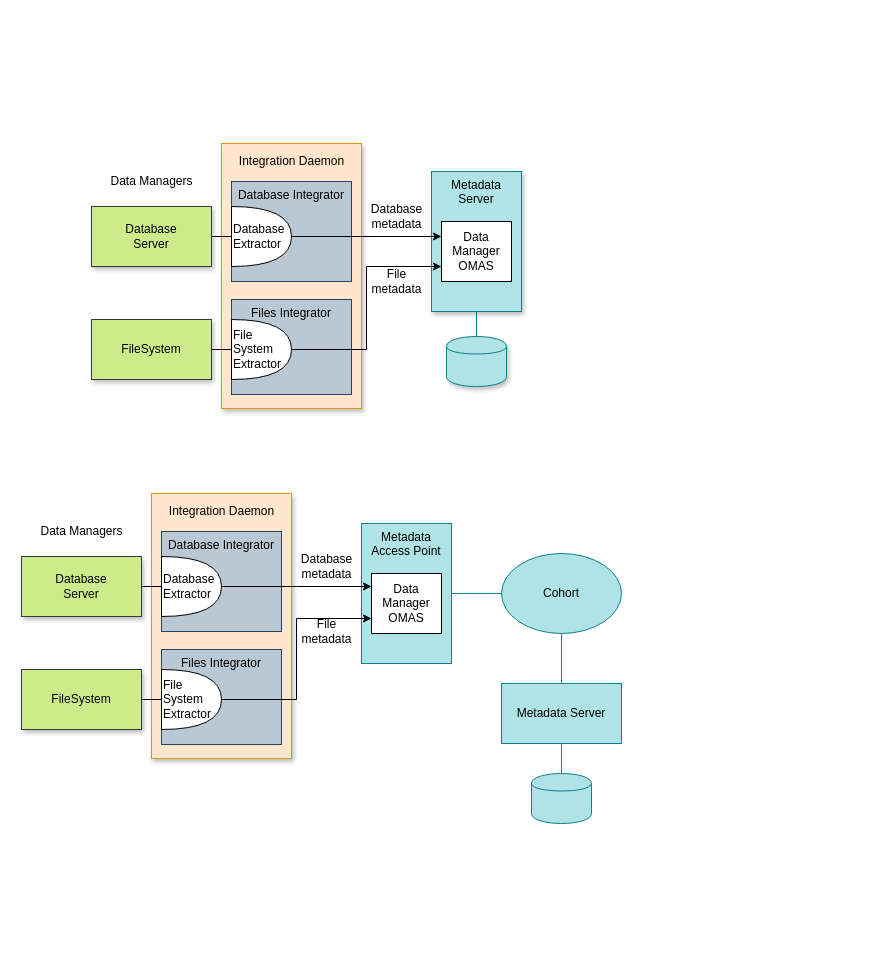
Earlier version of the draw.io diagram page "metadata-extraction" (1 of 3) of open-metadata-publication/website/solutions/data-manager-integration/data-manager-integration.drawio (odpi/egeria). Source tidied: cells renumbered, new cells numbered last; positions are measured from the earlier drawing's top-left corner, leaving out a move shared by most shapes. Both pictures are drawn from the tidied source at 100%, with x=0, y=0 at pixel (21, 143).
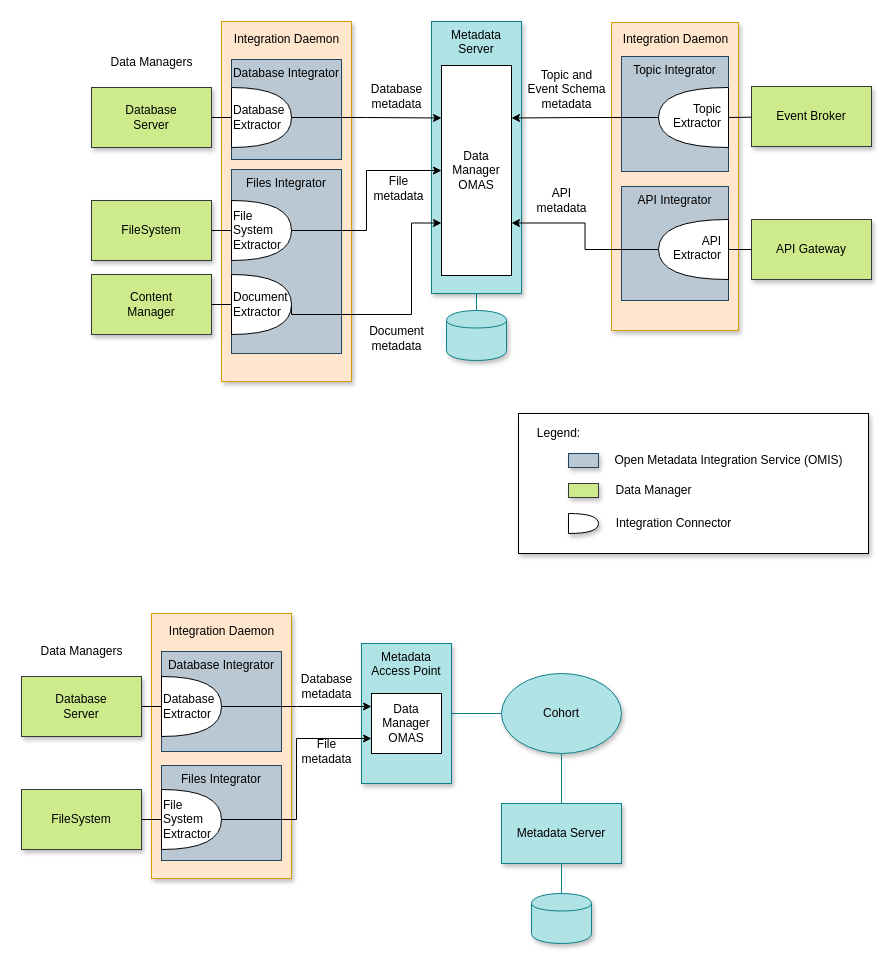
The same diagram, later.

What changed in the source:
```diff
@@
+    <mxCell id="44" style="rounded=0;whiteSpace=wrap;html=1;align=right;shadow=1;" parent="1" vertex="1">
+      <mxGeometry x="497" y="270" width="350" height="140" as="geometry" />
+    </mxCell>
-    <mxCell id="2" value="Cohort" style="ellipse;whiteSpace=wrap;html=1;fillColor=#b0e3e6;strokeColor=#0e8088;" parent="1" vertex="1">
-      <mxGeometry x="480" y="410" width="120" height="80" as="geometry" />
+    <mxCell id="2" value="Cohort" style="ellipse;whiteSpace=wrap;html=1;fillColor=#b0e3e6;strokeColor=#0e8088;shadow=1;" parent="1" vertex="1">
+      <mxGeometry x="480" y="530" width="120" height="80" as="geometry" />
     </mxCell>
@@
-    <mxCell id="4" value="Metadata Server" style="rounded=0;whiteSpace=wrap;html=1;fillColor=#b0e3e6;strokeColor=#0e8088;" parent="1" vertex="1">
-      <mxGeometry x="480" y="540" width="120" height="60" as="geometry" />
+    <mxCell id="4" value="Metadata Server" style="rounded=0;whiteSpace=wrap;html=1;fillColor=#b0e3e6;strokeColor=#0e8088;shadow=1;" parent="1" vertex="1">
+      <mxGeometry x="480" y="660" width="120" height="60" as="geometry" />
     </mxCell>
@@
-    <mxCell id="6" style="shape=cylinder;whiteSpace=wrap;html=1;boundedLbl=1;backgroundOutline=1;fillColor=#b0e3e6;strokeColor=#0e8088;" parent="1" vertex="1">
-      <mxGeometry x="510" y="630" width="60" height="50" as="geometry" />
+    <mxCell id="6" style="shape=cylinder;whiteSpace=wrap;html=1;boundedLbl=1;backgroundOutline=1;fillColor=#b0e3e6;strokeColor=#0e8088;shadow=1;" parent="1" vertex="1">
+      <mxGeometry x="510" y="750" width="60" height="50" as="geometry" />
     </mxCell>
@@
-    <mxCell id="8" value="Metadata Access Point" style="rounded=0;whiteSpace=wrap;html=1;verticalAlign=top;fillColor=#b0e3e6;strokeColor=#0e8088;" parent="1" vertex="1">
-      <mxGeometry x="340" y="380" width="90" height="140" as="geometry" />
+    <mxCell id="8" value="Metadata Access Point" style="rounded=0;whiteSpace=wrap;html=1;verticalAlign=top;fillColor=#b0e3e6;strokeColor=#0e8088;shadow=1;" parent="1" vertex="1">
+      <mxGeometry x="340" y="500" width="90" height="140" as="geometry" />
     </mxCell>
     <mxCell id="9" value="Data&lt;br&gt;Manager&lt;br&gt;OMAS" style="rounded=0;whiteSpace=wrap;html=1;" parent="1" vertex="1">
-      <mxGeometry x="350" y="430" width="70" height="60" as="geometry" />
+      <mxGeometry x="350" y="550" width="70" height="60" as="geometry" />
     </mxCell>
     <mxCell id="10" style="rounded=0;whiteSpace=wrap;html=1;fillColor=#ffe6cc;strokeColor=#d79b00;shadow=1;" parent="1" vertex="1">
-      <mxGeometry x="200" width="140" height="265" as="geometry" />
+      <mxGeometry x="200" y="-122" width="130" height="360" as="geometry" />
     </mxCell>
@@
     <mxCell id="12" value="Database&lt;br&gt;Server" style="rounded=0;whiteSpace=wrap;html=1;fillColor=#cdeb8b;strokeColor=#36393d;shadow=1;" parent="1" vertex="1">
-      <mxGeometry x="70" y="63" width="120" height="60" as="geometry" />
+      <mxGeometry x="70" y="-56" width="120" height="60" as="geometry" />
     </mxCell>
     <mxCell id="13" value="Database Integrator" style="rounded=0;whiteSpace=wrap;html=1;verticalAlign=top;fillColor=#bac8d3;strokeColor=#23445d;" parent="1" vertex="1">
-      <mxGeometry x="210" y="38" width="120" height="100" as="geometry" />
+      <mxGeometry x="210" y="-84" width="110" height="100" as="geometry" />
     </mxCell>
@@
     <mxCell id="15" style="shape=cylinder;whiteSpace=wrap;html=1;boundedLbl=1;backgroundOutline=1;fillColor=#b0e3e6;strokeColor=#0e8088;shadow=1;" parent="1" vertex="1">
-      <mxGeometry x="425" y="193" width="60" height="50" as="geometry" />
+      <mxGeometry x="425" y="167" width="60" height="50" as="geometry" />
     </mxCell>
     <mxCell id="16" value="Metadata Server" style="rounded=0;whiteSpace=wrap;html=1;verticalAlign=top;fillColor=#b0e3e6;strokeColor=#0e8088;shadow=1;" parent="1" vertex="1">
-      <mxGeometry x="410" y="28" width="90" height="140" as="geometry" />
+      <mxGeometry x="410" y="-122" width="90" height="272" as="geometry" />
     </mxCell>
     <mxCell id="17" value="Data&lt;br&gt;Manager&lt;br&gt;OMAS" style="rounded=0;whiteSpace=wrap;html=1;" parent="1" vertex="1">
-      <mxGeometry x="420" y="78" width="70" height="60" as="geometry" />
+      <mxGeometry x="420" y="-78" width="70" height="210" as="geometry" />
     </mxCell>
@@
     <mxCell id="19" value="Database&lt;br&gt;Extractor" style="shape=or;whiteSpace=wrap;html=1;align=left;" parent="1" vertex="1">
-      <mxGeometry x="210" y="63" width="60" height="60" as="geometry" />
+      <mxGeometry x="210" y="-56" width="60" height="60" as="geometry" />
     </mxCell>
     <mxCell id="20" value="Database&lt;br&gt;metadata" style="text;html=1;align=center;verticalAlign=middle;" parent="1" vertex="1">
-      <mxGeometry x="340" y="58" width="70" height="30" as="geometry" />
+      <mxGeometry x="340" y="-62" width="70" height="30" as="geometry" />
     </mxCell>
     <mxCell id="21" value="File&lt;br&gt;metadata" style="text;html=1;align=center;verticalAlign=middle;" parent="1" vertex="1">
-      <mxGeometry x="340" y="123" width="70" height="30" as="geometry" />
+      <mxGeometry x="342" y="30" width="70" height="30" as="geometry" />
     </mxCell>
     <mxCell id="22" value="Integration Daemon" style="text;html=1;align=center;verticalAlign=middle;" parent="1" vertex="1">
-      <mxGeometry x="210" y="8" width="120" height="20" as="geometry" />
+      <mxGeometry x="205" y="-114" width="120" height="20" as="geometry" />
     </mxCell>
     <mxCell id="23" value="Data Managers" style="text;html=1;align=center;verticalAlign=middle;" parent="1" vertex="1">
-      <mxGeometry x="80" y="28" width="100" height="20" as="geometry" />
+      <mxGeometry x="80" y="-91" width="100" height="20" as="geometry" />
     </mxCell>
     <mxCell id="24" value="Files Integrator" style="rounded=0;whiteSpace=wrap;html=1;verticalAlign=top;fillColor=#bac8d3;strokeColor=#23445d;" parent="1" vertex="1">
-      <mxGeometry x="210" y="156" width="120" height="95" as="geometry" />
+      <mxGeometry x="210" y="26" width="110" height="184" as="geometry" />
     </mxCell>
@@
     <mxCell id="26" value="FileSystem" style="rounded=0;whiteSpace=wrap;html=1;fillColor=#cdeb8b;strokeColor=#36393d;shadow=1;" parent="1" vertex="1">
-      <mxGeometry x="70" y="176" width="120" height="60" as="geometry" />
+      <mxGeometry x="70" y="57" width="120" height="60" as="geometry" />
     </mxCell>
-    <mxCell id="27" style="edgeStyle=orthogonalEdgeStyle;rounded=0;jettySize=auto;html=1;entryX=0;entryY=0.75;entryDx=0;entryDy=0;endArrow=classic;endFill=1;" parent="1" edge="1" source="28" target="17">
+    <mxCell id="27" style="edgeStyle=orthogonalEdgeStyle;rounded=0;jettySize=auto;html=1;endArrow=classic;endFill=1;" parent="1" edge="1" source="28" target="17">
       <mxGeometry relative="1" as="geometry" />
     </mxCell>
     <mxCell id="28" value="File&lt;br&gt;System&lt;br&gt;Extractor" style="shape=or;whiteSpace=wrap;html=1;align=left;" parent="1" vertex="1">
-      <mxGeometry x="210" y="176" width="60" height="60" as="geometry" />
+      <mxGeometry x="210" y="57" width="60" height="60" as="geometry" />
     </mxCell>
     <mxCell id="29" style="rounded=0;whiteSpace=wrap;html=1;fillColor=#ffe6cc;strokeColor=#d79b00;shadow=1;" parent="1" vertex="1">
-      <mxGeometry x="130" y="350" width="140" height="265" as="geometry" />
+      <mxGeometry x="130" y="470" width="140" height="265" as="geometry" />
     </mxCell>
@@
     <mxCell id="31" value="Database&lt;br&gt;Server" style="rounded=0;whiteSpace=wrap;html=1;fillColor=#cdeb8b;strokeColor=#36393d;shadow=1;" parent="1" vertex="1">
-      <mxGeometry y="413" width="120" height="60" as="geometry" />
+      <mxGeometry y="533" width="120" height="60" as="geometry" />
     </mxCell>
     <mxCell id="32" value="Database Integrator" style="rounded=0;whiteSpace=wrap;html=1;verticalAlign=top;fillColor=#bac8d3;strokeColor=#23445d;" parent="1" vertex="1">
-      <mxGeometry x="140" y="388" width="120" height="100" as="geometry" />
+      <mxGeometry x="140" y="508" width="120" height="100" as="geometry" />
     </mxCell>
     <mxCell id="33" style="edgeStyle=orthogonalEdgeStyle;rounded=0;jettySize=auto;html=1;exitX=1;exitY=0.5;exitDx=0;exitDy=0;exitPerimeter=0;entryX=0;entryY=0.25;entryDx=0;entryDy=0;endArrow=classic;endFill=1;" parent="1" edge="1" source="34">
       <mxGeometry relative="1" as="geometry">
-        <mxPoint x="350" y="443" as="targetPoint" />
+        <mxPoint x="350" y="563" as="targetPoint" />
       </mxGeometry>
     </mxCell>
     <mxCell id="34" value="Database&lt;br&gt;Extractor" style="shape=or;whiteSpace=wrap;html=1;align=left;" parent="1" vertex="1">
-      <mxGeometry x="140" y="413" width="60" height="60" as="geometry" />
+      <mxGeometry x="140" y="533" width="60" height="60" as="geometry" />
     </mxCell>
     <mxCell id="35" value="Database&lt;br&gt;metadata" style="text;html=1;align=center;verticalAlign=middle;" parent="1" vertex="1">
-      <mxGeometry x="270" y="408" width="70" height="30" as="geometry" />
+      <mxGeometry x="270" y="528" width="70" height="30" as="geometry" />
     </mxCell>
     <mxCell id="36" value="File&lt;br&gt;metadata" style="text;html=1;align=center;verticalAlign=middle;" parent="1" vertex="1">
-      <mxGeometry x="270" y="473" width="70" height="30" as="geometry" />
+      <mxGeometry x="270" y="593" width="70" height="30" as="geometry" />
     </mxCell>
     <mxCell id="37" value="Integration Daemon" style="text;html=1;align=center;verticalAlign=middle;" parent="1" vertex="1">
-      <mxGeometry x="140" y="358" width="120" height="20" as="geometry" />
+      <mxGeometry x="140" y="478" width="120" height="20" as="geometry" />
     </mxCell>
     <mxCell id="38" value="Data Managers" style="text;html=1;align=center;verticalAlign=middle;" parent="1" vertex="1">
-      <mxGeometry x="10" y="378" width="100" height="20" as="geometry" />
+      <mxGeometry x="10" y="498" width="100" height="20" as="geometry" />
     </mxCell>
     <mxCell id="39" value="Files Integrator" style="rounded=0;whiteSpace=wrap;html=1;verticalAlign=top;fillColor=#bac8d3;strokeColor=#23445d;" parent="1" vertex="1">
-      <mxGeometry x="140" y="506" width="120" height="95" as="geometry" />
+      <mxGeometry x="140" y="622" width="120" height="95" as="geometry" />
     </mxCell>
@@
     <mxCell id="41" value="FileSystem" style="rounded=0;whiteSpace=wrap;html=1;fillColor=#cdeb8b;strokeColor=#36393d;shadow=1;" parent="1" vertex="1">
-      <mxGeometry y="526" width="120" height="60" as="geometry" />
+      <mxGeometry y="646" width="120" height="60" as="geometry" />
     </mxCell>
@@
     <mxCell id="43" value="File&lt;br&gt;System&lt;br&gt;Extractor" style="shape=or;whiteSpace=wrap;html=1;align=left;" parent="1" vertex="1">
-      <mxGeometry x="140" y="526" width="60" height="60" as="geometry" />
+      <mxGeometry x="140" y="646" width="60" height="60" as="geometry" />
     </mxCell>
+    <mxCell id="45" value="Event Broker" style="rounded=0;whiteSpace=wrap;html=1;fillColor=#cdeb8b;strokeColor=#36393d;shadow=1;" parent="1" vertex="1">
+      <mxGeometry x="730" y="-57" width="120" height="60" as="geometry" />
+    </mxCell>
+    <mxCell id="46" value="API Gateway" style="rounded=0;whiteSpace=wrap;html=1;fillColor=#cdeb8b;strokeColor=#36393d;shadow=1;" parent="1" vertex="1">
+      <mxGeometry x="730" y="76" width="120" height="60" as="geometry" />
+    </mxCell>
+    <mxCell id="47" style="edgeStyle=none;rounded=0;jettySize=auto;html=1;entryX=0;entryY=0.5;entryDx=0;entryDy=0;entryPerimeter=0;endArrow=none;endFill=0;" parent="1" edge="1" source="48" target="50">
+      <mxGeometry relative="1" as="geometry" />
+    </mxCell>
+    <mxCell id="48" value="Content&lt;br&gt;Manager" style="rounded=0;whiteSpace=wrap;html=1;fillColor=#cdeb8b;strokeColor=#36393d;shadow=1;" parent="1" vertex="1">
+      <mxGeometry x="70" y="131" width="120" height="60" as="geometry" />
+    </mxCell>
+    <mxCell id="49" style="edgeStyle=orthogonalEdgeStyle;rounded=0;jettySize=auto;html=1;exitX=1;exitY=0.5;exitDx=0;exitDy=0;exitPerimeter=0;entryX=0;entryY=0.75;entryDx=0;entryDy=0;" parent="1" edge="1" source="50" target="17">
+      <mxGeometry relative="1" as="geometry">
+        <Array as="points">
+          <mxPoint x="390" y="171" />
+          <mxPoint x="390" y="80" />
+        </Array>
+      </mxGeometry>
+    </mxCell>
+    <mxCell id="50" value="Document&lt;br&gt;Extractor" style="shape=or;whiteSpace=wrap;html=1;align=left;" parent="1" vertex="1">
+      <mxGeometry x="210" y="131" width="60" height="60" as="geometry" />
+    </mxCell>
+    <mxCell id="51" style="rounded=0;whiteSpace=wrap;html=1;fillColor=#ffe6cc;strokeColor=#d79b00;shadow=1;" parent="1" vertex="1">
+      <mxGeometry x="590" y="-121" width="127" height="308" as="geometry" />
+    </mxCell>
+    <mxCell id="52" value="Integration Daemon" style="text;html=1;align=center;verticalAlign=middle;" parent="1" vertex="1">
+      <mxGeometry x="593.5" y="-114" width="120" height="20" as="geometry" />
+    </mxCell>
+    <mxCell id="53" value="Topic Integrator" style="rounded=0;whiteSpace=wrap;html=1;verticalAlign=top;fillColor=#bac8d3;strokeColor=#23445d;" parent="1" vertex="1">
+      <mxGeometry x="600" y="-87" width="107" height="115" as="geometry" />
+    </mxCell>
+    <mxCell id="54" style="edgeStyle=orthogonalEdgeStyle;rounded=0;jettySize=auto;html=1;exitX=1;exitY=0.5;exitDx=0;exitDy=0;exitPerimeter=0;entryX=1;entryY=0.25;entryDx=0;entryDy=0;" parent="1" edge="1" source="55" target="17">
+      <mxGeometry relative="1" as="geometry" />
+    </mxCell>
+    <mxCell id="55" style="shape=or;whiteSpace=wrap;html=1;align=left;rotation=-180;" parent="1" vertex="1">
+      <mxGeometry x="637" y="-56" width="70" height="60" as="geometry" />
+    </mxCell>
+    <mxCell id="56" value="&lt;span style=&quot;color: rgb(0, 0, 0); font-family: helvetica; font-size: 12px; font-style: normal; font-weight: 400; letter-spacing: normal; text-indent: 0px; text-transform: none; word-spacing: 0px; background-color: rgb(255, 255, 255); display: inline; float: none;&quot;&gt;Topic&lt;/span&gt;&lt;br style=&quot;color: rgb(0, 0, 0); font-family: helvetica; font-size: 12px; font-style: normal; font-weight: 400; letter-spacing: normal; text-indent: 0px; text-transform: none; word-spacing: 0px;&quot;&gt;&lt;span style=&quot;color: rgb(0, 0, 0); font-family: helvetica; font-size: 12px; font-style: normal; font-weight: 400; letter-spacing: normal; text-indent: 0px; text-transform: none; word-spacing: 0px; background-color: rgb(255, 255, 255); display: inline; float: none;&quot;&gt;Extractor&lt;/span&gt;" style="text;whiteSpace=wrap;html=1;align=right;" parent="1" vertex="1">
+      <mxGeometry x="642" y="-48" width="60" height="42" as="geometry" />
+    </mxCell>
+    <mxCell id="57" style="edgeStyle=none;rounded=0;jettySize=auto;html=1;entryX=0;entryY=0.5;entryDx=0;entryDy=0;entryPerimeter=0;endArrow=none;endFill=0;" parent="1" edge="1" source="45" target="55">
+      <mxGeometry relative="1" as="geometry" />
+    </mxCell>
+    <mxCell id="58" value="API Integrator" style="rounded=0;whiteSpace=wrap;html=1;verticalAlign=top;fillColor=#bac8d3;strokeColor=#23445d;" parent="1" vertex="1">
+      <mxGeometry x="600" y="43" width="107" height="114" as="geometry" />
+    </mxCell>
+    <mxCell id="59" style="edgeStyle=orthogonalEdgeStyle;rounded=0;jettySize=auto;html=1;exitX=1;exitY=0.5;exitDx=0;exitDy=0;exitPerimeter=0;entryX=1;entryY=0.75;entryDx=0;entryDy=0;" parent="1" edge="1" source="60" target="17">
+      <mxGeometry relative="1" as="geometry" />
+    </mxCell>
+    <mxCell id="60" style="shape=or;whiteSpace=wrap;html=1;align=left;rotation=-180;" parent="1" vertex="1">
+      <mxGeometry x="637" y="76" width="70" height="60" as="geometry" />
+    </mxCell>
+    <mxCell id="61" value="&lt;span style=&quot;color: rgb(0 , 0 , 0) ; font-family: &amp;#34;helvetica&amp;#34; ; font-size: 12px ; font-style: normal ; font-weight: 400 ; letter-spacing: normal ; text-indent: 0px ; text-transform: none ; word-spacing: 0px ; background-color: rgb(255 , 255 , 255) ; display: inline ; float: none&quot;&gt;API&lt;/span&gt;&lt;br style=&quot;color: rgb(0 , 0 , 0) ; font-family: &amp;#34;helvetica&amp;#34; ; font-size: 12px ; font-style: normal ; font-weight: 400 ; letter-spacing: normal ; text-indent: 0px ; text-transform: none ; word-spacing: 0px&quot;&gt;&lt;span style=&quot;color: rgb(0 , 0 , 0) ; font-family: &amp;#34;helvetica&amp;#34; ; font-size: 12px ; font-style: normal ; font-weight: 400 ; letter-spacing: normal ; text-indent: 0px ; text-transform: none ; word-spacing: 0px ; background-color: rgb(255 , 255 , 255) ; display: inline ; float: none&quot;&gt;Extractor&lt;/span&gt;" style="text;whiteSpace=wrap;html=1;align=right;" parent="1" vertex="1">
+      <mxGeometry x="642" y="84" width="60" height="42" as="geometry" />
+    </mxCell>
+    <mxCell id="62" style="edgeStyle=none;rounded=0;jettySize=auto;html=1;entryX=0;entryY=0.5;entryDx=0;entryDy=0;entryPerimeter=0;endArrow=none;endFill=0;" parent="1" edge="1" source="46" target="60">
+      <mxGeometry relative="1" as="geometry" />
+    </mxCell>
+    <mxCell id="63" value="Topic and&lt;br&gt;Event Schema&lt;br&gt;metadata" style="text;html=1;align=center;verticalAlign=middle;" parent="1" vertex="1">
+      <mxGeometry x="500" y="-79" width="90" height="50" as="geometry" />
+    </mxCell>
+    <mxCell id="64" value="API&lt;br&gt;metadata" style="text;html=1;align=center;verticalAlign=middle;" parent="1" vertex="1">
+      <mxGeometry x="505" y="42" width="70" height="30" as="geometry" />
+    </mxCell>
+    <mxCell id="65" value="Document&lt;br&gt;metadata" style="text;html=1;align=center;verticalAlign=middle;" parent="1" vertex="1">
+      <mxGeometry x="340" y="180" width="70" height="30" as="geometry" />
+    </mxCell>
+    <mxCell id="66" style="shape=or;whiteSpace=wrap;html=1;align=left;shadow=1;" parent="1" vertex="1">
+      <mxGeometry x="547" y="370" width="30" height="20" as="geometry" />
+    </mxCell>
+    <mxCell id="67" value="Integration Connector" style="text;html=1;align=center;verticalAlign=middle;shadow=1;" parent="1" vertex="1">
+      <mxGeometry x="587" y="370" width="130" height="20" as="geometry" />
+    </mxCell>
+    <mxCell id="68" style="rounded=0;whiteSpace=wrap;html=1;fillColor=#cdeb8b;strokeColor=#36393d;shadow=1;" parent="1" vertex="1">
+      <mxGeometry x="547" y="340" width="30" height="14" as="geometry" />
+    </mxCell>
+    <mxCell id="69" value="Data Manager" style="text;html=1;align=center;verticalAlign=middle;shadow=1;" parent="1" vertex="1">
+      <mxGeometry x="587" y="337" width="90" height="20" as="geometry" />
+    </mxCell>
+    <mxCell id="70" style="rounded=0;whiteSpace=wrap;html=1;verticalAlign=top;fillColor=#bac8d3;strokeColor=#23445d;shadow=1;" parent="1" vertex="1">
+      <mxGeometry x="547" y="310" width="30" height="14" as="geometry" />
+    </mxCell>
+    <mxCell id="71" value="Open Metadata Integration Service (OMIS)" style="text;html=1;align=center;verticalAlign=middle;shadow=1;" parent="1" vertex="1">
+      <mxGeometry x="587" y="307" width="240" height="20" as="geometry" />
+    </mxCell>
+    <mxCell id="72" value="Legend:" style="text;html=1;align=center;verticalAlign=middle;shadow=1;" parent="1" vertex="1">
+      <mxGeometry x="507" y="280" width="60" height="20" as="geometry" />
+    </mxCell>
```
